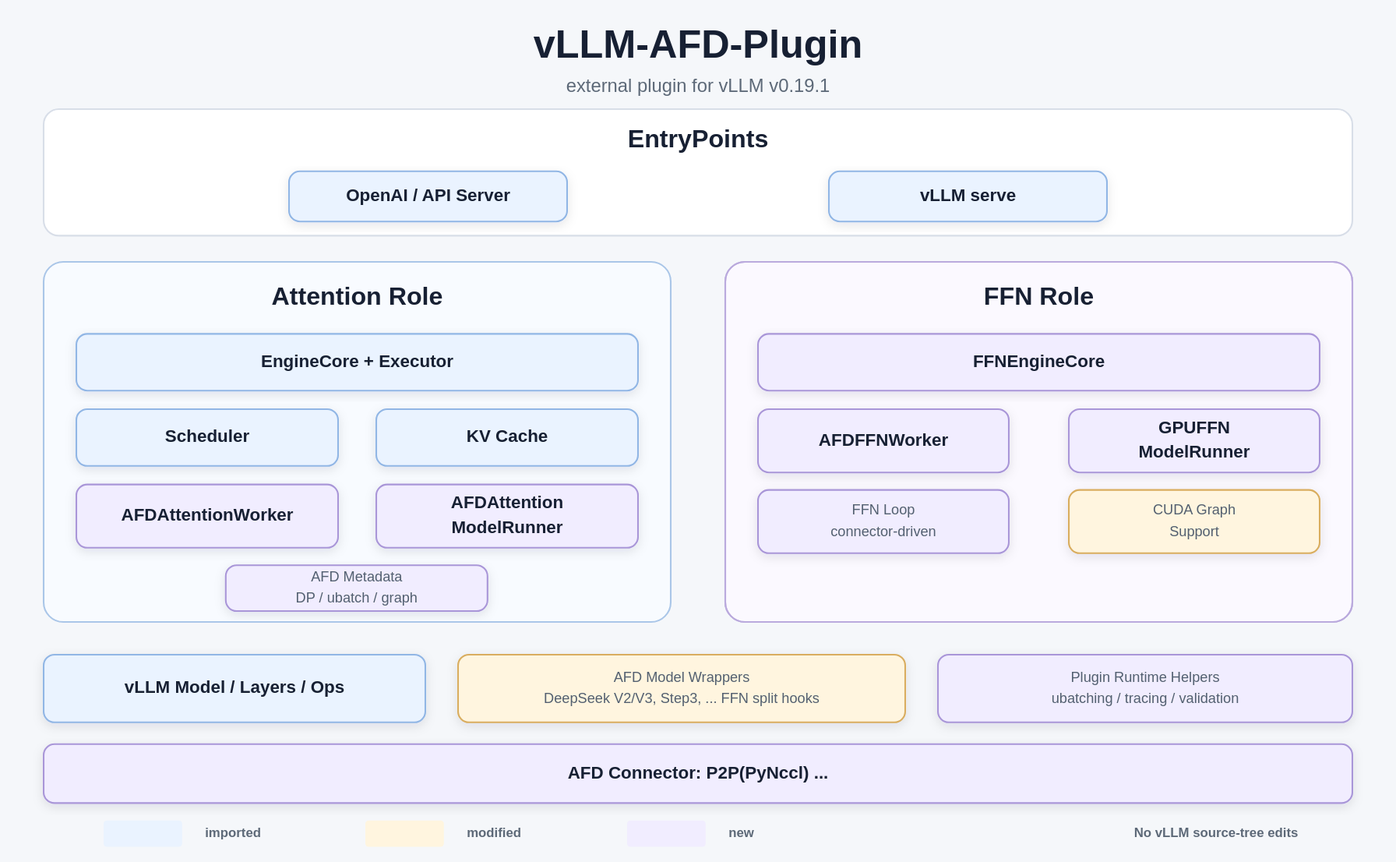
JiusiServe/afd-plugin keeps this draw.io diagram as docs/assets/vllm-afd-plugin-architecture.svg. Above is the earlier version. Source tidied: cells renumbered, new cells last; positions are measured from the earlier drawing's top-left corner, leaving out a move shared by most shapes.
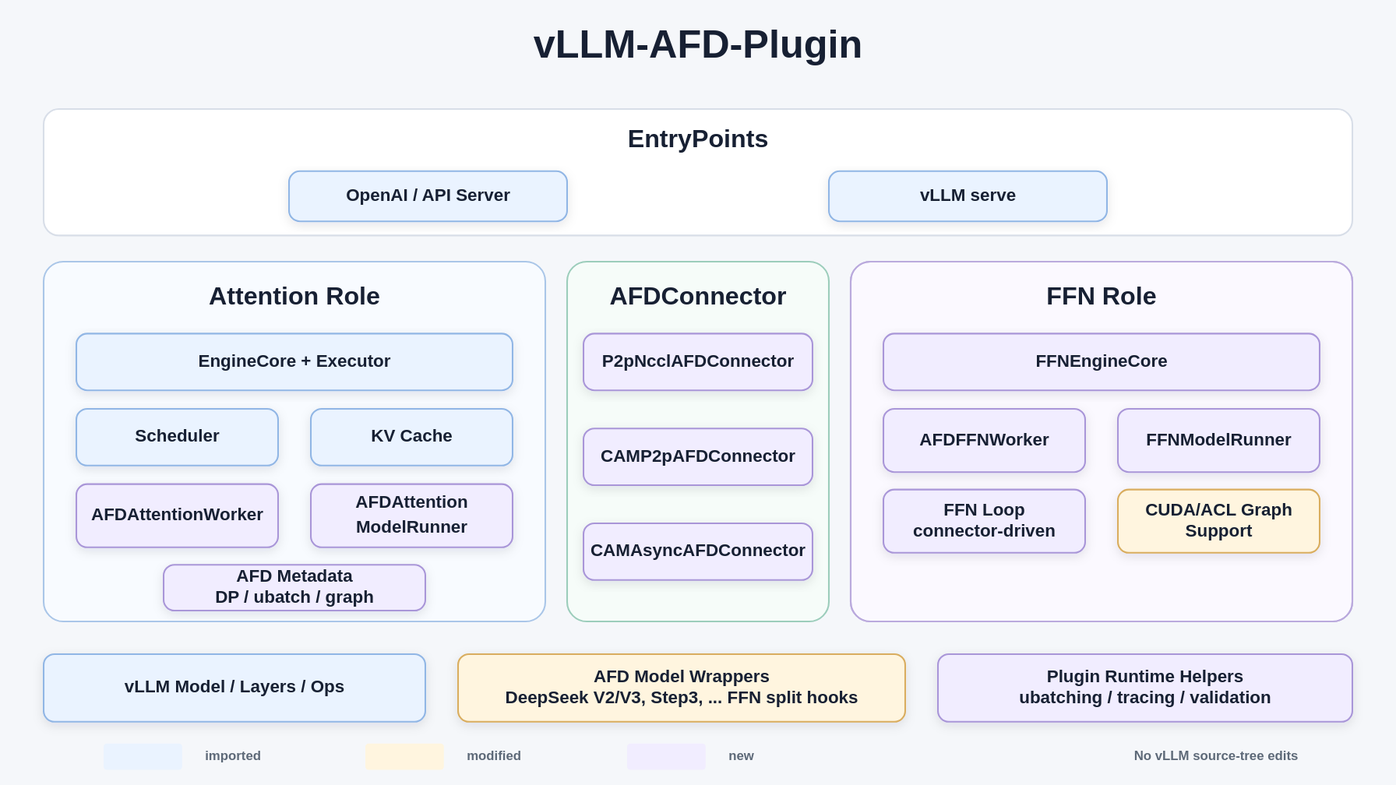
The same diagram one commit later.

Commit message:
docs: update architecture diagram

The edit, as a diff of the source:
```diff
@@ -3,14 +3,11 @@
     <mxCell id="0" />
     <mxCell id="1" parent="0" />
     <mxCell id="2" style="rounded=0;whiteSpace=wrap;html=1;fillColor=#f5f7fa;strokeColor=none;" parent="1" vertex="1">
-      <mxGeometry width="1280" height="790" as="geometry" />
+      <mxGeometry width="1280" height="720" as="geometry" />
     </mxCell>
     <mxCell id="3" value="vLLM-AFD-Plugin" style="text;html=1;strokeColor=none;fillColor=none;align=center;verticalAlign=middle;fontSize=36;fontStyle=1;fontColor=#172033;" parent="1" vertex="1">
       <mxGeometry x="390" y="16" width="500" height="48" as="geometry" />
     </mxCell>
-    <mxCell id="4" value="external plugin for vLLM v0.19.1" style="text;html=1;strokeColor=none;fillColor=none;align=center;verticalAlign=middle;fontSize=17;fontStyle=0;fontColor=#5d6978;" parent="1" vertex="1">
-      <mxGeometry x="390" y="66" width="500" height="24" as="geometry" />
-    </mxCell>
     <mxCell id="5" style="rounded=1;arcSize=12;whiteSpace=wrap;html=1;fillColor=#ffffff;strokeColor=#d8dee8;strokeWidth=1.5;" parent="1" vertex="1">
       <mxGeometry x="40" y="100" width="1200" height="116" as="geometry" />
     </mxCell>
@@ -24,85 +21,97 @@
       <mxGeometry x="760" y="157" width="255" height="46" as="geometry" />
     </mxCell>
     <mxCell id="9" style="rounded=1;arcSize=12;whiteSpace=wrap;html=1;fillColor=#f8fbff;strokeColor=#aac6e8;strokeWidth=1.5;" parent="1" vertex="1">
-      <mxGeometry x="40" y="240" width="575" height="330" as="geometry" />
+      <mxGeometry x="40" y="240" width="460" height="330" as="geometry" />
     </mxCell>
     <mxCell id="10" value="Attention Role" style="text;html=1;strokeColor=none;fillColor=none;align=center;verticalAlign=middle;fontSize=23;fontStyle=1;fontColor=#172033;" parent="1" vertex="1">
-      <mxGeometry x="205" y="252" width="245" height="40" as="geometry" />
+      <mxGeometry x="148" y="252" width="245" height="40" as="geometry" />
     </mxCell>
     <mxCell id="11" value="EngineCore + Executor" style="rounded=1;arcSize=10;whiteSpace=wrap;html=1;fillColor=#eaf3ff;strokeColor=#91b6e5;strokeWidth=1.5;fontSize=16;fontStyle=1;fontColor=#172033;align=center;verticalAlign=middle;" parent="1" vertex="1">
-      <mxGeometry x="70" y="306" width="515" height="52" as="geometry" />
+      <mxGeometry x="70" y="306" width="400" height="52" as="geometry" />
     </mxCell>
     <mxCell id="12" value="Scheduler" style="rounded=1;arcSize=10;whiteSpace=wrap;html=1;fillColor=#eaf3ff;strokeColor=#91b6e5;strokeWidth=1.5;fontSize=16;fontStyle=1;fontColor=#172033;align=center;verticalAlign=middle;" parent="1" vertex="1">
-      <mxGeometry x="70" y="375" width="240" height="52" as="geometry" />
+      <mxGeometry x="70" y="375" width="185" height="52" as="geometry" />
     </mxCell>
     <mxCell id="13" value="KV Cache" style="rounded=1;arcSize=10;whiteSpace=wrap;html=1;fillColor=#eaf3ff;strokeColor=#91b6e5;strokeWidth=1.5;fontSize=16;fontStyle=1;fontColor=#172033;align=center;verticalAlign=middle;" parent="1" vertex="1">
-      <mxGeometry x="345" y="375" width="240" height="52" as="geometry" />
+      <mxGeometry x="285" y="375" width="185" height="52" as="geometry" />
     </mxCell>
     <mxCell id="14" value="AFDAttentionWorker" style="rounded=1;arcSize=10;whiteSpace=wrap;html=1;fillColor=#f1edff;strokeColor=#a996d8;strokeWidth=1.5;fontSize=16;fontStyle=1;fontColor=#172033;align=center;verticalAlign=middle;fontSize=16;" parent="1" vertex="1">
-      <mxGeometry x="70" y="444" width="240" height="58" as="geometry" />
+      <mxGeometry x="70" y="444" width="185" height="58" as="geometry" />
     </mxCell>
     <mxCell id="15" value="AFDAttention&lt;br&gt;ModelRunner" style="rounded=1;arcSize=10;whiteSpace=wrap;html=1;fillColor=#f1edff;strokeColor=#a996d8;strokeWidth=1.5;fontSize=16;fontStyle=1;fontColor=#172033;align=center;verticalAlign=middle;fontSize=16;spacingTop=0;spacingBottom=0;" parent="1" vertex="1">
-      <mxGeometry x="345" y="444" width="240" height="58" as="geometry" />
+      <mxGeometry x="285" y="444" width="185" height="58" as="geometry" />
     </mxCell>
-    <mxCell id="16" value="AFD Metadata&lt;br&gt;DP / ubatch / graph" style="rounded=1;arcSize=10;whiteSpace=wrap;html=1;fillColor=#f1edff;strokeColor=#a996d8;strokeWidth=1.5;fontSize=16;fontStyle=1;fontColor=#172033;align=center;verticalAlign=middle;fontSize=13;spacingTop=0;spacingBottom=0;" parent="1" vertex="1">
-      <mxGeometry x="207" y="518" width="240" height="42" as="geometry" />
+    <mxCell id="16" value="AFD Metadata&lt;br&gt;DP / ubatch / graph" style="rounded=1;arcSize=10;whiteSpace=wrap;html=1;fillColor=#f1edff;strokeColor=#a996d8;strokeWidth=1.5;fontSize=16;fontStyle=1;fontColor=#172033;align=center;verticalAlign=middle;spacingTop=0;spacingBottom=0;" parent="1" vertex="1">
+      <mxGeometry x="150" y="518" width="240" height="42" as="geometry" />
     </mxCell>
+    <mxCell id="36" style="rounded=1;arcSize=12;whiteSpace=wrap;html=1;fillColor=#f6fcf9;strokeColor=#9ccdbb;strokeWidth=1.5;" parent="1" vertex="1">
+      <mxGeometry x="520" y="240" width="240" height="330" as="geometry" />
+    </mxCell>
+    <mxCell id="37" value="AFDConnector" style="text;html=1;strokeColor=none;fillColor=none;align=center;verticalAlign=middle;fontSize=23;fontStyle=1;fontColor=#172033;" parent="1" vertex="1">
+      <mxGeometry x="530" y="252" width="220" height="40" as="geometry" />
+    </mxCell>
     <mxCell id="17" style="rounded=1;arcSize=12;whiteSpace=wrap;html=1;fillColor=#fbf9ff;strokeColor=#baaadd;strokeWidth=1.5;" parent="1" vertex="1">
-      <mxGeometry x="665" y="240" width="575" height="330" as="geometry" />
+      <mxGeometry x="780" y="240" width="460" height="330" as="geometry" />
     </mxCell>
     <mxCell id="18" style="rounded=1;arcSize=12;whiteSpace=wrap;html=1;fillColor=none;strokeColor=#baaadd;strokeWidth=1.5;" parent="1" vertex="1">
-      <mxGeometry x="665" y="240" width="575" height="330" as="geometry" />
+      <mxGeometry x="780" y="240" width="460" height="330" as="geometry" />
     </mxCell>
     <mxCell id="19" value="FFN Role" style="text;html=1;strokeColor=none;fillColor=none;align=center;verticalAlign=middle;fontSize=23;fontStyle=1;fontColor=#172033;" parent="1" vertex="1">
-      <mxGeometry x="830" y="252" width="245" height="40" as="geometry" />
+      <mxGeometry x="888" y="252" width="245" height="40" as="geometry" />
     </mxCell>
     <mxCell id="20" value="FFNEngineCore" style="rounded=1;arcSize=10;whiteSpace=wrap;html=1;fillColor=#f1edff;strokeColor=#a996d8;strokeWidth=1.5;fontSize=16;fontStyle=1;fontColor=#172033;align=center;verticalAlign=middle;" parent="1" vertex="1">
-      <mxGeometry x="695" y="306" width="515" height="52" as="geometry" />
+      <mxGeometry x="810" y="306" width="400" height="52" as="geometry" />
     </mxCell>
     <mxCell id="21" value="AFDFFNWorker" style="rounded=1;arcSize=10;whiteSpace=wrap;html=1;fillColor=#f1edff;strokeColor=#a996d8;strokeWidth=1.5;fontSize=16;fontStyle=1;fontColor=#172033;align=center;verticalAlign=middle;fontSize=16;" parent="1" vertex="1">
-      <mxGeometry x="695" y="375" width="230" height="58" as="geometry" />
+      <mxGeometry x="810" y="375" width="185" height="58" as="geometry" />
     </mxCell>
-    <mxCell id="22" value="GPUFFN&lt;br&gt;ModelRunner" style="rounded=1;arcSize=10;whiteSpace=wrap;html=1;fillColor=#f1edff;strokeColor=#a996d8;strokeWidth=1.5;fontSize=16;fontStyle=1;fontColor=#172033;align=center;verticalAlign=middle;fontSize=16;spacingTop=0;spacingBottom=0;" parent="1" vertex="1">
-      <mxGeometry x="980" y="375" width="230" height="58" as="geometry" />
+    <mxCell id="22" value="FFNModelRunner" style="rounded=1;arcSize=10;whiteSpace=wrap;html=1;fillColor=#f1edff;strokeColor=#a996d8;strokeWidth=1.5;fontSize=16;fontStyle=1;fontColor=#172033;align=center;verticalAlign=middle;spacingTop=0;spacingBottom=0;" parent="1" vertex="1">
+      <mxGeometry x="1025" y="375" width="185" height="58" as="geometry" />
     </mxCell>
-    <mxCell id="23" value="FFN Loop&lt;br&gt;connector-driven" style="rounded=1;arcSize=10;whiteSpace=wrap;html=1;fillColor=#f1edff;strokeColor=#a996d8;strokeWidth=1.5;fontSize=16;fontStyle=1;fontColor=#172033;align=center;verticalAlign=middle;fontSize=13;spacingTop=0;spacingBottom=0;" parent="1" vertex="1">
-      <mxGeometry x="695" y="449" width="230" height="58" as="geometry" />
+    <mxCell id="23" value="FFN Loop&lt;br&gt;connector-driven" style="rounded=1;arcSize=10;whiteSpace=wrap;html=1;fillColor=#f1edff;strokeColor=#a996d8;strokeWidth=1.5;fontSize=16;fontStyle=1;fontColor=#172033;align=center;verticalAlign=middle;spacingTop=0;spacingBottom=0;" parent="1" vertex="1">
+      <mxGeometry x="810" y="449" width="185" height="58" as="geometry" />
     </mxCell>
-    <mxCell id="24" value="CUDA Graph&lt;br&gt;Support" style="rounded=1;arcSize=10;whiteSpace=wrap;html=1;fillColor=#fff5df;strokeColor=#d9ad5f;strokeWidth=1.5;fontSize=16;fontStyle=1;fontColor=#172033;align=center;verticalAlign=middle;fontSize=13;spacingTop=0;spacingBottom=0;" parent="1" vertex="1">
-      <mxGeometry x="980" y="449" width="230" height="58" as="geometry" />
+    <mxCell id="24" value="CUDA/ACL Graph&lt;br&gt;Support" style="rounded=1;arcSize=10;whiteSpace=wrap;html=1;fillColor=#fff5df;strokeColor=#d9ad5f;strokeWidth=1.5;fontSize=16;fontStyle=1;fontColor=#172033;align=center;verticalAlign=middle;spacingTop=0;spacingBottom=0;" parent="1" vertex="1">
+      <mxGeometry x="1025" y="449" width="185" height="58" as="geometry" />
     </mxCell>
     <mxCell id="25" value="vLLM Model / Layers / Ops" style="rounded=1;arcSize=10;whiteSpace=wrap;html=1;fillColor=#eaf3ff;strokeColor=#91b6e5;strokeWidth=1.5;fontSize=16;fontStyle=1;fontColor=#172033;align=center;verticalAlign=middle;" parent="1" vertex="1">
       <mxGeometry x="40" y="600" width="350" height="62" as="geometry" />
     </mxCell>
-    <mxCell id="26" value="AFD Model Wrappers&lt;br&gt;DeepSeek V2/V3, Step3, ... FFN split hooks" style="rounded=1;arcSize=10;whiteSpace=wrap;html=1;fillColor=#fff5df;strokeColor=#d9ad5f;strokeWidth=1.5;fontSize=16;fontStyle=1;fontColor=#172033;align=center;verticalAlign=middle;fontSize=13;spacingTop=0;spacingBottom=0;" parent="1" vertex="1">
+    <mxCell id="26" value="AFD Model Wrappers&lt;br&gt;DeepSeek V2/V3, Step3, ... FFN split hooks" style="rounded=1;arcSize=10;whiteSpace=wrap;html=1;fillColor=#fff5df;strokeColor=#d9ad5f;strokeWidth=1.5;fontSize=16;fontStyle=1;fontColor=#172033;align=center;verticalAlign=middle;spacingTop=0;spacingBottom=0;" parent="1" vertex="1">
       <mxGeometry x="420" y="600" width="410" height="62" as="geometry" />
     </mxCell>
-    <mxCell id="27" value="Plugin Runtime Helpers&lt;br&gt;ubatching / tracing / validation" style="rounded=1;arcSize=10;whiteSpace=wrap;html=1;fillColor=#f1edff;strokeColor=#a996d8;strokeWidth=1.5;fontSize=16;fontStyle=1;fontColor=#172033;align=center;verticalAlign=middle;fontSize=13;spacingTop=0;spacingBottom=0;" parent="1" vertex="1">
+    <mxCell id="27" value="Plugin Runtime Helpers&lt;br&gt;ubatching / tracing / validation" style="rounded=1;arcSize=10;whiteSpace=wrap;html=1;fillColor=#f1edff;strokeColor=#a996d8;strokeWidth=1.5;fontSize=16;fontStyle=1;fontColor=#172033;align=center;verticalAlign=middle;spacingTop=0;spacingBottom=0;" parent="1" vertex="1">
       <mxGeometry x="860" y="600" width="380" height="62" as="geometry" />
     </mxCell>
-    <mxCell id="28" value="AFD Connector: P2P(PyNccl) ..." style="rounded=1;arcSize=10;whiteSpace=wrap;html=1;fillColor=#f1edff;strokeColor=#a996d8;strokeWidth=1.5;fontSize=16;fontStyle=1;fontColor=#172033;align=center;verticalAlign=middle;" parent="1" vertex="1">
-      <mxGeometry x="40" y="682" width="1200" height="54" as="geometry" />
-    </mxCell>
+    <mxCell id="38" value="P2pNcclAFDConnector" style="rounded=1;arcSize=10;whiteSpace=wrap;html=1;fillColor=#f1edff;strokeColor=#a996d8;strokeWidth=1.5;fontSize=16;fontStyle=1;fontColor=#172033;align=center;verticalAlign=middle;" parent="1" vertex="1">
+      <mxGeometry x="535" y="306" width="210" height="52" as="geometry" />
+    </mxCell>
+    <mxCell id="39" value="CAMP2pAFDConnector" style="rounded=1;arcSize=10;whiteSpace=wrap;html=1;fillColor=#f1edff;strokeColor=#a996d8;strokeWidth=1.5;fontSize=16;fontStyle=1;fontColor=#172033;align=center;verticalAlign=middle;" parent="1" vertex="1">
+      <mxGeometry x="535" y="393" width="210" height="52" as="geometry" />
+    </mxCell>
+    <mxCell id="40" value="CAMAsyncAFDConnector" style="rounded=1;arcSize=10;whiteSpace=wrap;html=1;fillColor=#f1edff;strokeColor=#a996d8;strokeWidth=1.5;fontSize=16;fontStyle=1;fontColor=#172033;align=center;verticalAlign=middle;" parent="1" vertex="1">
+      <mxGeometry x="535" y="480" width="210" height="52" as="geometry" />
+    </mxCell>
     <mxCell id="29" style="rounded=0;whiteSpace=wrap;html=1;fillColor=#eaf3ff;strokeColor=none;" parent="1" vertex="1">
-      <mxGeometry x="95" y="752" width="72" height="24" as="geometry" />
+      <mxGeometry x="95" y="682" width="72" height="24" as="geometry" />
     </mxCell>
     <mxCell id="30" value="imported" style="text;html=1;strokeColor=none;fillColor=none;align=left;verticalAlign=middle;fontSize=12;fontStyle=1;fontColor=#5d6978;" parent="1" vertex="1">
-      <mxGeometry x="188" y="747" width="135" height="34" as="geometry" />
+      <mxGeometry x="188" y="677" width="135" height="34" as="geometry" />
     </mxCell>
     <mxCell id="31" style="rounded=0;whiteSpace=wrap;html=1;fillColor=#fff5df;strokeColor=none;" parent="1" vertex="1">
-      <mxGeometry x="335" y="752" width="72" height="24" as="geometry" />
+      <mxGeometry x="335" y="682" width="72" height="24" as="geometry" />
     </mxCell>
     <mxCell id="32" value="modified" style="text;html=1;strokeColor=none;fillColor=none;align=left;verticalAlign=middle;fontSize=12;fontStyle=1;fontColor=#5d6978;" parent="1" vertex="1">
-      <mxGeometry x="428" y="747" width="135" height="34" as="geometry" />
+      <mxGeometry x="428" y="677" width="135" height="34" as="geometry" />
     </mxCell>
     <mxCell id="33" style="rounded=0;whiteSpace=wrap;html=1;fillColor=#f1edff;strokeColor=none;" parent="1" vertex="1">
-      <mxGeometry x="575" y="752" width="72" height="24" as="geometry" />
+      <mxGeometry x="575" y="682" width="72" height="24" as="geometry" />
     </mxCell>
     <mxCell id="34" value="new" style="text;html=1;strokeColor=none;fillColor=none;align=left;verticalAlign=middle;fontSize=12;fontStyle=1;fontColor=#5d6978;" parent="1" vertex="1">
-      <mxGeometry x="668" y="747" width="80" height="34" as="geometry" />
+      <mxGeometry x="668" y="677" width="80" height="34" as="geometry" />
     </mxCell>
     <mxCell id="35" value="No vLLM source-tree edits" style="text;html=1;strokeColor=none;fillColor=none;align=center;verticalAlign=middle;fontSize=12;fontStyle=1;fontColor=#5d6978;" parent="1" vertex="1">
-      <mxGeometry x="1000" y="750" width="230" height="28" as="geometry" />
+      <mxGeometry x="1000" y="680" width="230" height="28" as="geometry" />
     </mxCell>
   </root>
 </mxGraphModel>
```
